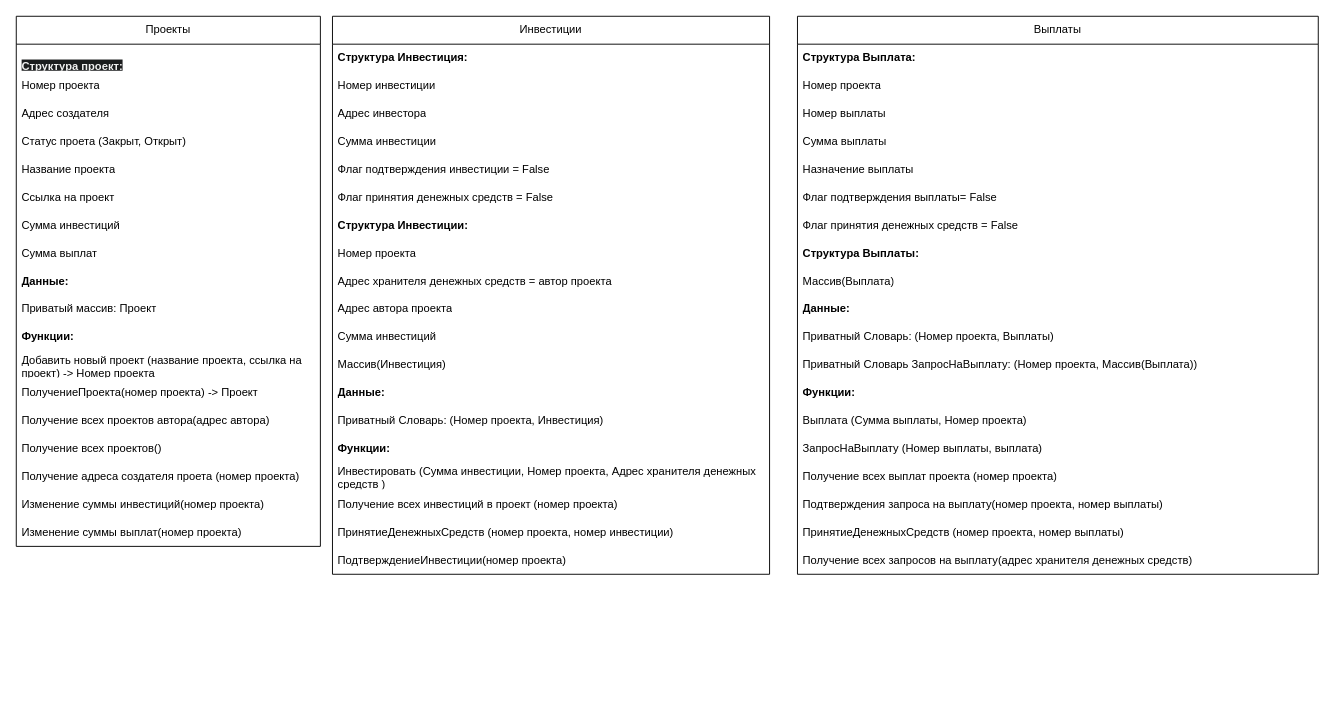
This is Схема/СхемаСмарт-контракты.drawio from VavilonBase/blockchain_crowdfunding, a draw.io file, before an edit. Source tidied: cells renumbered, new cells numbered last; positions are measured from the earlier drawing's top-left corner, leaving out a move shared by most shapes. Both pictures are drawn from the tidied source at 93%, with x=0, y=0 at pixel (16, 16).
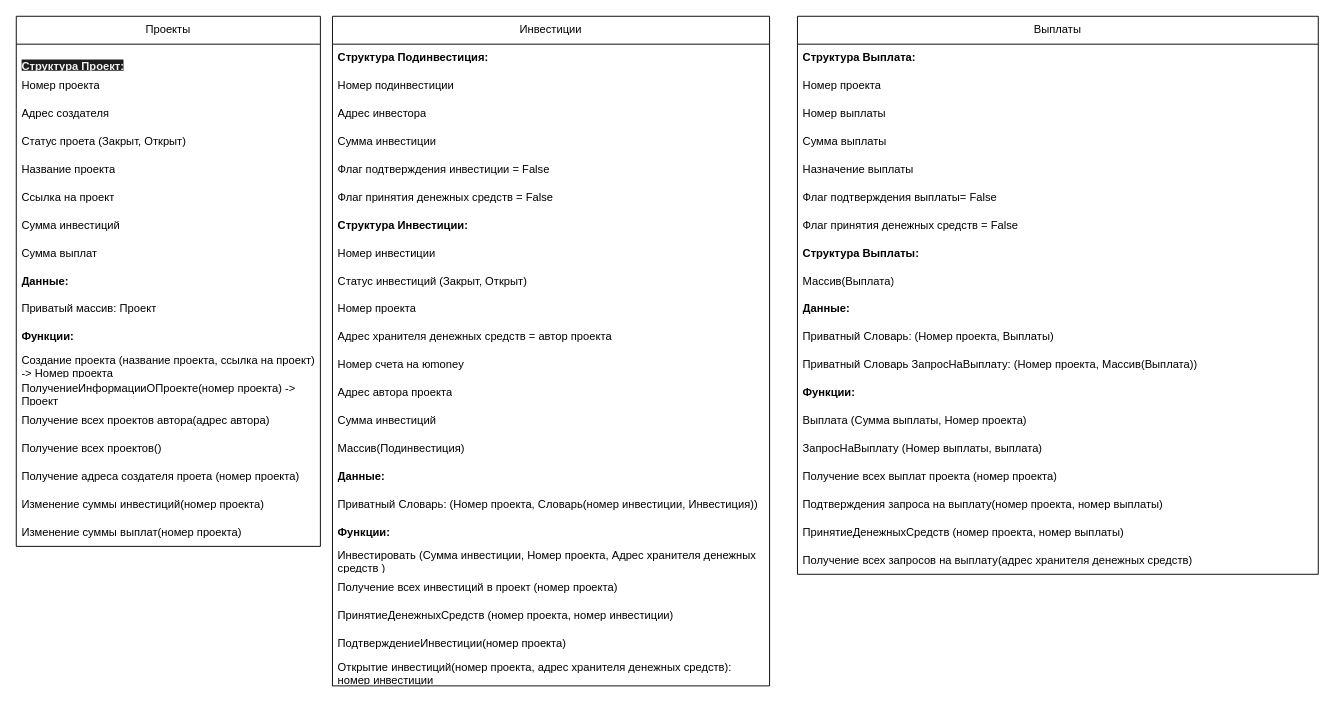
The same diagram, later.

Unchanged cells that the change refers to:
```xml
<mxCell id="2" value="Проекты" style="swimlane;fontStyle=0;horizontal=1;startSize=30;whiteSpace=wrap;html=1;" parent="1" vertex="1">
  <mxGeometry width="327" height="570" as="geometry" />
</mxCell>
```

What changed in the source:
```diff
@@
-    <mxCell id="3" value="&lt;br&gt;&lt;b style=&quot;border-color: rgb(0, 0, 0); color: rgb(240, 240, 240); font-family: Helvetica; font-size: 12px; font-style: normal; font-variant-ligatures: normal; font-variant-caps: normal; letter-spacing: normal; orphans: 2; text-align: left; text-indent: 0px; text-transform: none; widows: 2; word-spacing: 0px; -webkit-text-stroke-width: 0px; background-color: rgb(27, 29, 30); text-decoration-thickness: initial; text-decoration-style: initial; text-decoration-color: initial;&quot;&gt;Структура проект:&lt;/b&gt;&lt;div&gt;&lt;br/&gt;&lt;/div&gt;" style="text;strokeColor=none;fillColor=none;align=left;verticalAlign=middle;spacingLeft=4;spacingRight=4;overflow=hidden;whiteSpace=wrap;html=1;" parent="2" vertex="1">
+    <mxCell id="3" value="&lt;br&gt;&lt;b style=&quot;border-color: rgb(0, 0, 0); color: rgb(240, 240, 240); font-family: Helvetica; font-size: 12px; font-style: normal; font-variant-ligatures: normal; font-variant-caps: normal; letter-spacing: normal; orphans: 2; text-align: left; text-indent: 0px; text-transform: none; widows: 2; word-spacing: 0px; -webkit-text-stroke-width: 0px; background-color: rgb(27, 29, 30); text-decoration-thickness: initial; text-decoration-style: initial; text-decoration-color: initial;&quot;&gt;Структура Проект:&lt;/b&gt;&lt;div&gt;&lt;br&gt;&lt;/div&gt;" style="text;strokeColor=none;fillColor=none;align=left;verticalAlign=middle;spacingLeft=4;spacingRight=4;overflow=hidden;whiteSpace=wrap;html=1;" parent="2" vertex="1">
       <mxGeometry y="30" width="327" height="30" as="geometry" />
     </mxCell>
@@
-    <mxCell id="14" value="&lt;span style=&quot;background-color: initial;&quot;&gt;Добавить новый проект (название проекта, ссылка на проект) -&amp;gt; Номер проекта&lt;/span&gt;" style="text;strokeColor=none;fillColor=none;align=left;verticalAlign=middle;spacingLeft=4;spacingRight=4;overflow=hidden;whiteSpace=wrap;html=1;" parent="2" vertex="1">
+    <mxCell id="14" value="&lt;span style=&quot;background-color: initial;&quot;&gt;Создание проекта (название проекта, ссылка на проект) -&amp;gt; Номер проекта&lt;/span&gt;" style="text;strokeColor=none;fillColor=none;align=left;verticalAlign=middle;spacingLeft=4;spacingRight=4;overflow=hidden;whiteSpace=wrap;html=1;" parent="2" vertex="1">
       <mxGeometry y="360" width="327" height="30" as="geometry" />
     </mxCell>
-    <mxCell id="15" value="ПолучениеПроекта(номер проекта) -&amp;gt; Проект" style="text;strokeColor=none;fillColor=none;align=left;verticalAlign=middle;spacingLeft=4;spacingRight=4;overflow=hidden;whiteSpace=wrap;html=1;" parent="2" vertex="1">
+    <mxCell id="15" value="ПолучениеИнформацииОПроекте(номер проекта) -&amp;gt; Проект" style="text;strokeColor=none;fillColor=none;align=left;verticalAlign=middle;spacingLeft=4;spacingRight=4;overflow=hidden;whiteSpace=wrap;html=1;" parent="2" vertex="1">
       <mxGeometry y="390" width="327" height="30" as="geometry" />
     </mxCell>
@@
     <mxCell id="21" value="Инвестиции" style="swimlane;fontStyle=0;horizontal=1;startSize=30;whiteSpace=wrap;html=1;" parent="1" vertex="1">
-      <mxGeometry x="340" width="470" height="600" as="geometry" />
+      <mxGeometry x="340" width="470" height="720" as="geometry" />
     </mxCell>
-    <mxCell id="22" value="&lt;b&gt;Структура Инвестиция:&lt;/b&gt;" style="text;strokeColor=none;fillColor=none;align=left;verticalAlign=middle;spacingLeft=4;spacingRight=4;overflow=hidden;whiteSpace=wrap;html=1;" parent="21" vertex="1">
+    <mxCell id="22" value="&lt;b&gt;Структура Подинвестиция:&lt;/b&gt;" style="text;strokeColor=none;fillColor=none;align=left;verticalAlign=middle;spacingLeft=4;spacingRight=4;overflow=hidden;whiteSpace=wrap;html=1;" parent="21" vertex="1">
       <mxGeometry y="30" width="470" height="30" as="geometry" />
     </mxCell>
-    <mxCell id="23" value="Номер инвестиции" style="text;strokeColor=none;fillColor=none;align=left;verticalAlign=middle;spacingLeft=4;spacingRight=4;overflow=hidden;whiteSpace=wrap;html=1;" parent="21" vertex="1">
+    <mxCell id="23" value="Номер подинвестиции" style="text;strokeColor=none;fillColor=none;align=left;verticalAlign=middle;spacingLeft=4;spacingRight=4;overflow=hidden;whiteSpace=wrap;html=1;" parent="21" vertex="1">
       <mxGeometry y="60" width="470" height="30" as="geometry" />
     </mxCell>
@@
+    <mxCell id="62" value="Номер инвестиции" style="text;strokeColor=none;fillColor=none;align=left;verticalAlign=middle;spacingLeft=4;spacingRight=4;overflow=hidden;whiteSpace=wrap;html=1;" parent="21" vertex="1">
+      <mxGeometry y="240" width="470" height="30" as="geometry" />
+    </mxCell>
+    <mxCell id="63" value="Статус инвестиций (Закрыт, Открыт)" style="text;strokeColor=none;fillColor=none;align=left;verticalAlign=middle;spacingLeft=4;spacingRight=4;overflow=hidden;whiteSpace=wrap;html=1;" parent="21" vertex="1">
+      <mxGeometry y="270" width="470" height="30" as="geometry" />
+    </mxCell>
     <mxCell id="29" value="Номер проекта" style="text;strokeColor=none;fillColor=none;align=left;verticalAlign=middle;spacingLeft=4;spacingRight=4;overflow=hidden;whiteSpace=wrap;html=1;" parent="21" vertex="1">
-      <mxGeometry y="240" width="470" height="30" as="geometry" />
+      <mxGeometry y="300" width="470" height="30" as="geometry" />
     </mxCell>
     <mxCell id="30" value="Адрес хранителя денежных средств = автор проекта" style="text;strokeColor=none;fillColor=none;align=left;verticalAlign=middle;spacingLeft=4;spacingRight=4;overflow=hidden;whiteSpace=wrap;html=1;" parent="21" vertex="1">
-      <mxGeometry y="270" width="470" height="30" as="geometry" />
+      <mxGeometry y="330" width="470" height="30" as="geometry" />
     </mxCell>
+    <mxCell id="64" value="Номер счета на юmoney" style="text;strokeColor=none;fillColor=none;align=left;verticalAlign=middle;spacingLeft=4;spacingRight=4;overflow=hidden;whiteSpace=wrap;html=1;" parent="21" vertex="1">
+      <mxGeometry y="360" width="470" height="30" as="geometry" />
+    </mxCell>
     <mxCell id="31" value="Адрес автора проекта" style="text;strokeColor=none;fillColor=none;align=left;verticalAlign=middle;spacingLeft=4;spacingRight=4;overflow=hidden;whiteSpace=wrap;html=1;" parent="21" vertex="1">
-      <mxGeometry y="300" width="470" height="30" as="geometry" />
+      <mxGeometry y="390" width="470" height="30" as="geometry" />
     </mxCell>
     <mxCell id="32" value="Сумма инвестиций" style="text;strokeColor=none;fillColor=none;align=left;verticalAlign=middle;spacingLeft=4;spacingRight=4;overflow=hidden;whiteSpace=wrap;html=1;" parent="21" vertex="1">
-      <mxGeometry y="330" width="470" height="30" as="geometry" />
+      <mxGeometry y="420" width="470" height="30" as="geometry" />
     </mxCell>
-    <mxCell id="33" value="Массив(Инвестиция)" style="text;strokeColor=none;fillColor=none;align=left;verticalAlign=middle;spacingLeft=4;spacingRight=4;overflow=hidden;whiteSpace=wrap;html=1;" parent="21" vertex="1">
-      <mxGeometry y="360" width="470" height="30" as="geometry" />
+    <mxCell id="33" value="Массив(Подинвестиция)" style="text;strokeColor=none;fillColor=none;align=left;verticalAlign=middle;spacingLeft=4;spacingRight=4;overflow=hidden;whiteSpace=wrap;html=1;" parent="21" vertex="1">
+      <mxGeometry y="450" width="470" height="30" as="geometry" />
     </mxCell>
     <mxCell id="34" value="&lt;b&gt;Данные:&lt;/b&gt;" style="text;strokeColor=none;fillColor=none;align=left;verticalAlign=middle;spacingLeft=4;spacingRight=4;overflow=hidden;whiteSpace=wrap;html=1;" parent="21" vertex="1">
-      <mxGeometry y="390" width="470" height="30" as="geometry" />
+      <mxGeometry y="480" width="470" height="30" as="geometry" />
     </mxCell>
-    <mxCell id="35" value="Приватный Словарь: (Номер проекта, Инвестиция)" style="text;strokeColor=none;fillColor=none;align=left;verticalAlign=middle;spacingLeft=4;spacingRight=4;overflow=hidden;whiteSpace=wrap;html=1;" parent="21" vertex="1">
-      <mxGeometry y="420" width="470" height="30" as="geometry" />
+    <mxCell id="35" value="Приватный Словарь: (Номер проекта, Словарь(номер инвестиции, Инвестиция))" style="text;strokeColor=none;fillColor=none;align=left;verticalAlign=middle;spacingLeft=4;spacingRight=4;overflow=hidden;whiteSpace=wrap;html=1;" parent="21" vertex="1">
+      <mxGeometry y="510" width="470" height="30" as="geometry" />
     </mxCell>
     <mxCell id="36" value="&lt;b&gt;Функции:&lt;/b&gt;" style="text;strokeColor=none;fillColor=none;align=left;verticalAlign=middle;spacingLeft=4;spacingRight=4;overflow=hidden;whiteSpace=wrap;html=1;" parent="21" vertex="1">
-      <mxGeometry y="450" width="470" height="30" as="geometry" />
+      <mxGeometry y="540" width="470" height="30" as="geometry" />
     </mxCell>
     <mxCell id="37" value="&lt;span style=&quot;background-color: initial;&quot;&gt;Инвестировать (Сумма инвестиции, Номер проекта, Адрес хранителя денежных средств )&lt;/span&gt;" style="text;strokeColor=none;fillColor=none;align=left;verticalAlign=middle;spacingLeft=4;spacingRight=4;overflow=hidden;whiteSpace=wrap;html=1;" parent="21" vertex="1">
-      <mxGeometry y="480" width="470" height="30" as="geometry" />
+      <mxGeometry y="570" width="470" height="30" as="geometry" />
     </mxCell>
     <mxCell id="38" value="Получение всех инвестиций в проект (номер проекта)" style="text;strokeColor=none;fillColor=none;align=left;verticalAlign=middle;spacingLeft=4;spacingRight=4;overflow=hidden;whiteSpace=wrap;html=1;" parent="21" vertex="1">
-      <mxGeometry y="510" width="470" height="30" as="geometry" />
+      <mxGeometry y="600" width="470" height="30" as="geometry" />
     </mxCell>
     <mxCell id="39" value="ПринятиеДенежныхСредств (номер проекта, номер инвестиции)" style="text;strokeColor=none;fillColor=none;align=left;verticalAlign=middle;spacingLeft=4;spacingRight=4;overflow=hidden;whiteSpace=wrap;html=1;" parent="21" vertex="1">
-      <mxGeometry y="540" width="470" height="30" as="geometry" />
+      <mxGeometry y="630" width="470" height="30" as="geometry" />
     </mxCell>
     <mxCell id="40" value="ПодтверждениеИнвестиции(номер проекта)" style="text;strokeColor=none;fillColor=none;align=left;verticalAlign=middle;spacingLeft=4;spacingRight=4;overflow=hidden;whiteSpace=wrap;html=1;" parent="21" vertex="1">
-      <mxGeometry y="570" width="470" height="30" as="geometry" />
+      <mxGeometry y="660" width="470" height="30" as="geometry" />
     </mxCell>
+    <mxCell id="65" value="Открытие инвестиций(номер проекта, адрес хранителя денежных средств): номер инвестиции" style="text;strokeColor=none;fillColor=none;align=left;verticalAlign=middle;spacingLeft=4;spacingRight=4;overflow=hidden;whiteSpace=wrap;html=1;" parent="21" vertex="1">
+      <mxGeometry y="690" width="470" height="30" as="geometry" />
+    </mxCell>
```
